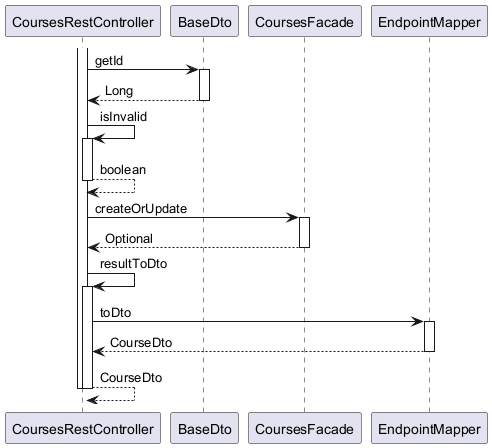
OlegSopilnyak/school-demo keeps this PlantUML diagram as ingress/documentation/html/images/Education.Courses.updateCourse.puml.png.png. Above is the earlier version.
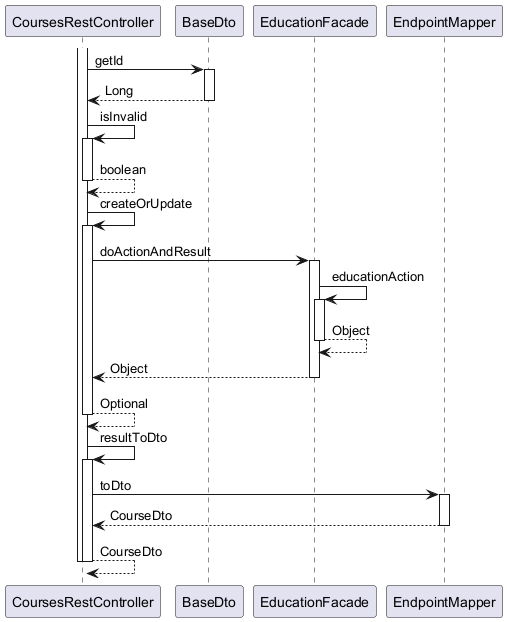
The same file after the commit.

What changed in the source:
```diff
@@ -2,7 +2,7 @@
 
 participant CoursesRestController
 participant BaseDto
-participant CoursesFacade
+participant EducationFacade
 participant EndpointMapper
 
 activate CoursesRestController
@@ -14,10 +14,18 @@
 	activate CoursesRestController
 		CoursesRestController --> CoursesRestController : boolean
 	deactivate CoursesRestController
-	CoursesRestController -> CoursesFacade : createOrUpdate
-	activate CoursesFacade
-		CoursesFacade --> CoursesRestController : Optional
-	deactivate CoursesFacade
+	CoursesRestController -> CoursesRestController : createOrUpdate
+	activate CoursesRestController
+		CoursesRestController -> EducationFacade : doActionAndResult
+		activate EducationFacade
+			EducationFacade -> EducationFacade : educationAction
+			activate EducationFacade
+				EducationFacade --> EducationFacade : Object
+			deactivate EducationFacade
+			EducationFacade --> CoursesRestController : Object
+		deactivate EducationFacade
+		CoursesRestController --> CoursesRestController : Optional
+	deactivate CoursesRestController
 	CoursesRestController -> CoursesRestController : resultToDto
 	activate CoursesRestController
 		CoursesRestController -> EndpointMapper : toDto
```
